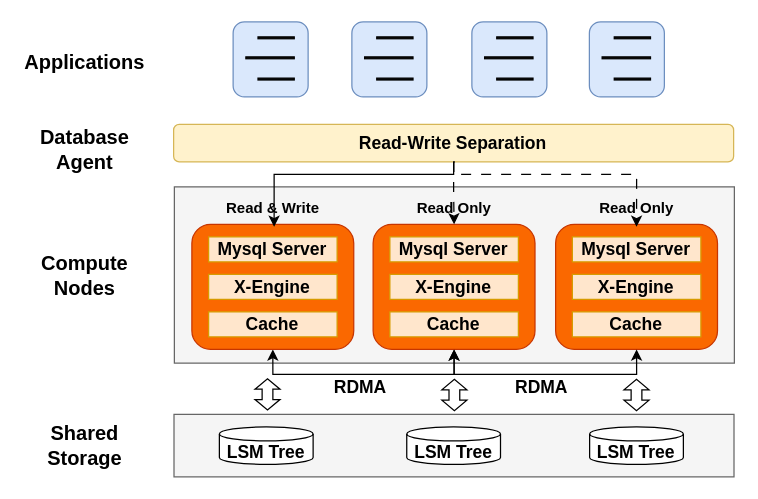
Above: disaggregation_arch.drawio in Blueratzxk/fileServer (draw.io), before the change. Source tidied: cells renumbered, new cells numbered last; positions are measured from the earlier drawing's top-left corner, leaving out a move shared by most shapes. Both pictures are drawn from the tidied source at 125%, with x=0, y=0 at pixel (20, 21).
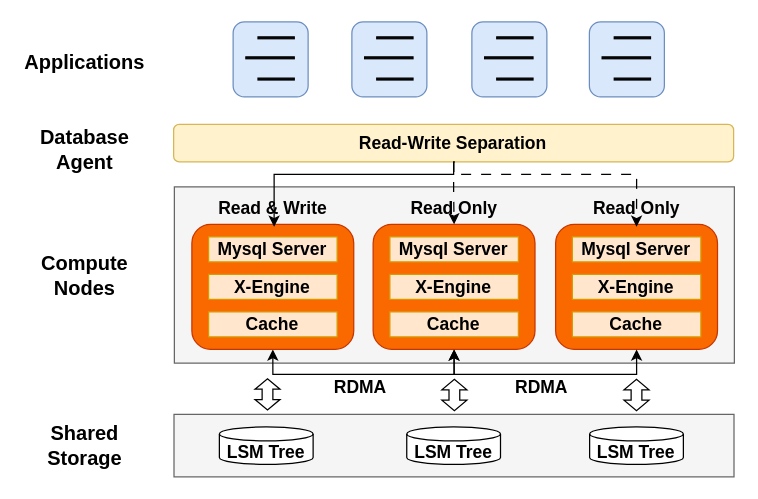
After the change.

Unchanged cells that the change refers to:
```xml
<mxCell id="4" style="group;fontStyle=1;" parent="1" vertex="1">
  <mxGeometry x="137" y="171" width="274.5" height="133" as="geometry" />
</mxCell>
```

What changed in the source:
```diff
@@
-    <mxCell id="17" value="Read &amp;amp; Write" style="text;html=1;whiteSpace=wrap;strokeColor=none;fillColor=none;align=center;verticalAlign=middle;rounded=0;fontStyle=1;" parent="4" vertex="1">
+    <mxCell id="17" value="Read &amp;amp; Write" style="text;html=1;whiteSpace=wrap;strokeColor=none;fillColor=none;align=center;verticalAlign=middle;rounded=0;fontStyle=1;fontSize=14;" parent="4" vertex="1">
       <mxGeometry y="-37" width="129.5" height="30" as="geometry" />
     </mxCell>
@@
-    <mxCell id="48" value="Read Only" style="text;html=1;whiteSpace=wrap;strokeColor=none;fillColor=none;align=center;verticalAlign=middle;rounded=0;fontStyle=1;" parent="1" vertex="1">
+    <mxCell id="48" value="Read Only" style="text;html=1;whiteSpace=wrap;strokeColor=none;fillColor=none;align=center;verticalAlign=middle;rounded=0;fontStyle=1;fontSize=14;" parent="1" vertex="1">
       <mxGeometry x="282" y="134" width="129.5" height="30" as="geometry" />
     </mxCell>
-    <mxCell id="49" value="Read Only" style="text;html=1;whiteSpace=wrap;strokeColor=none;fillColor=none;align=center;verticalAlign=middle;rounded=0;fontStyle=1;" parent="1" vertex="1">
+    <mxCell id="49" value="Read Only" style="text;html=1;whiteSpace=wrap;strokeColor=none;fillColor=none;align=center;verticalAlign=middle;rounded=0;fontStyle=1;fontSize=14;" parent="1" vertex="1">
       <mxGeometry x="428" y="134" width="129.5" height="30" as="geometry" />
     </mxCell>
```
